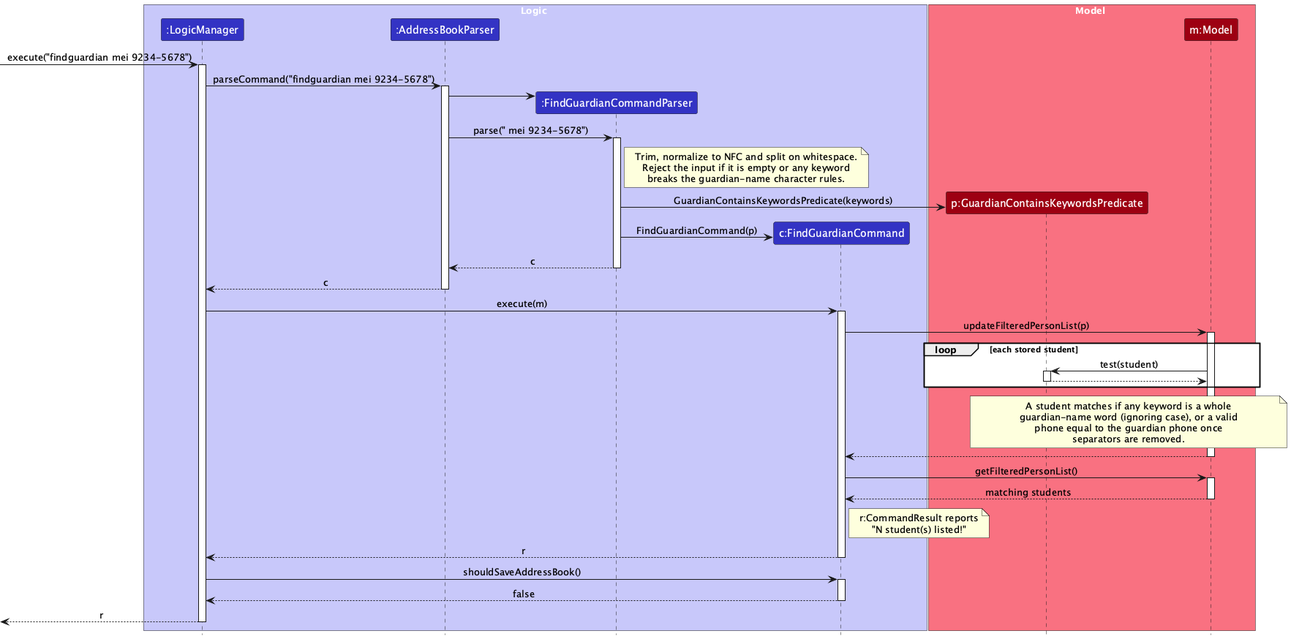
The PlantUML diagram docs/images/FindGuardianSequenceDiagram.png in AY2627S1-CS2103T-F09-2a/tp, before a commit.
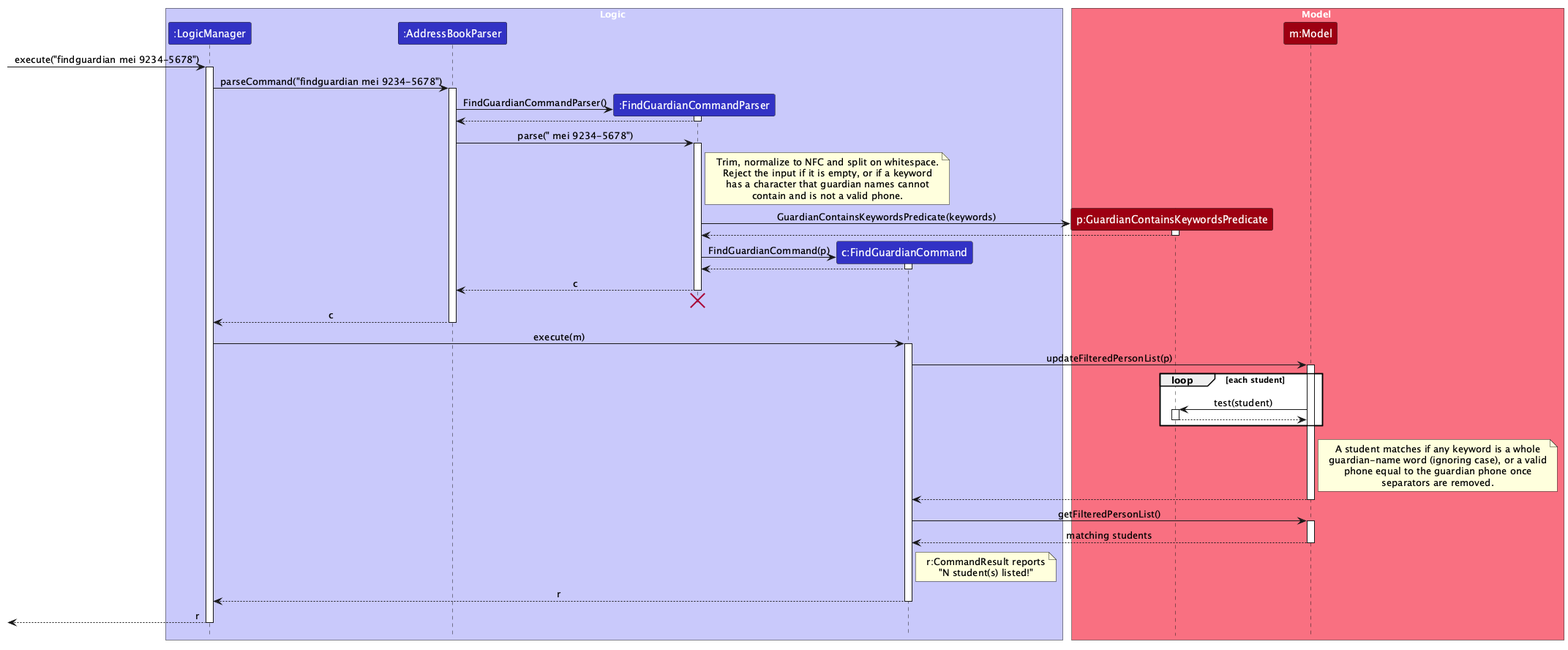
Above is the later version.

Change to the diagram source:
```diff
@@ -18,21 +18,39 @@
 activate Logic
 Logic -> Parser : parseCommand("findguardian mei 9234-5678")
 activate Parser
+
 create FindGuardianParser
-Parser -> FindGuardianParser
+Parser -> FindGuardianParser : FindGuardianCommandParser()
+activate FindGuardianParser
+FindGuardianParser --> Parser
+deactivate FindGuardianParser
+
 Parser -> FindGuardianParser : parse(" mei 9234-5678")
 activate FindGuardianParser
 note right of FindGuardianParser
 Trim, normalize to NFC and split on whitespace.
-Reject the input if it is empty or any keyword
-breaks the guardian-name character rules.
+Reject the input if it is empty, or if a keyword
+has a character that guardian names cannot
+contain and is not a valid phone.
 end note
+
 create Predicate
 FindGuardianParser -> Predicate : GuardianContainsKeywordsPredicate(keywords)
+activate Predicate
+Predicate --> FindGuardianParser
+deactivate Predicate
+
 create FindGuardian
 FindGuardianParser -> FindGuardian : FindGuardianCommand(p)
+activate FindGuardian
+FindGuardian --> FindGuardianParser
+deactivate FindGuardian
+
 FindGuardianParser --> Parser : c
 deactivate FindGuardianParser
+FindGuardianParser -[hidden]-> Parser
+destroy FindGuardianParser
+
 Parser --> Logic : c
 deactivate Parser
 
@@ -41,13 +59,13 @@
 FindGuardian -> Model : updateFilteredPersonList(p)
 activate Model
 
-loop each stored student
+loop each student
     Model -> Predicate : test(student)
     activate Predicate
     Predicate --> Model
     deactivate Predicate
 end
-note over Predicate, Model
+note right of Model
 A student matches if any keyword is a whole
 guardian-name word (ignoring case), or a valid
 phone equal to the guardian phone once
@@ -67,11 +85,6 @@
 FindGuardian --> Logic : r
 deactivate FindGuardian
 
-Logic -> FindGuardian : shouldSaveAddressBook()
-activate FindGuardian
-FindGuardian --> Logic : false
-deactivate FindGuardian
-
 [<-- Logic : r
 deactivate Logic
 @enduml
```
